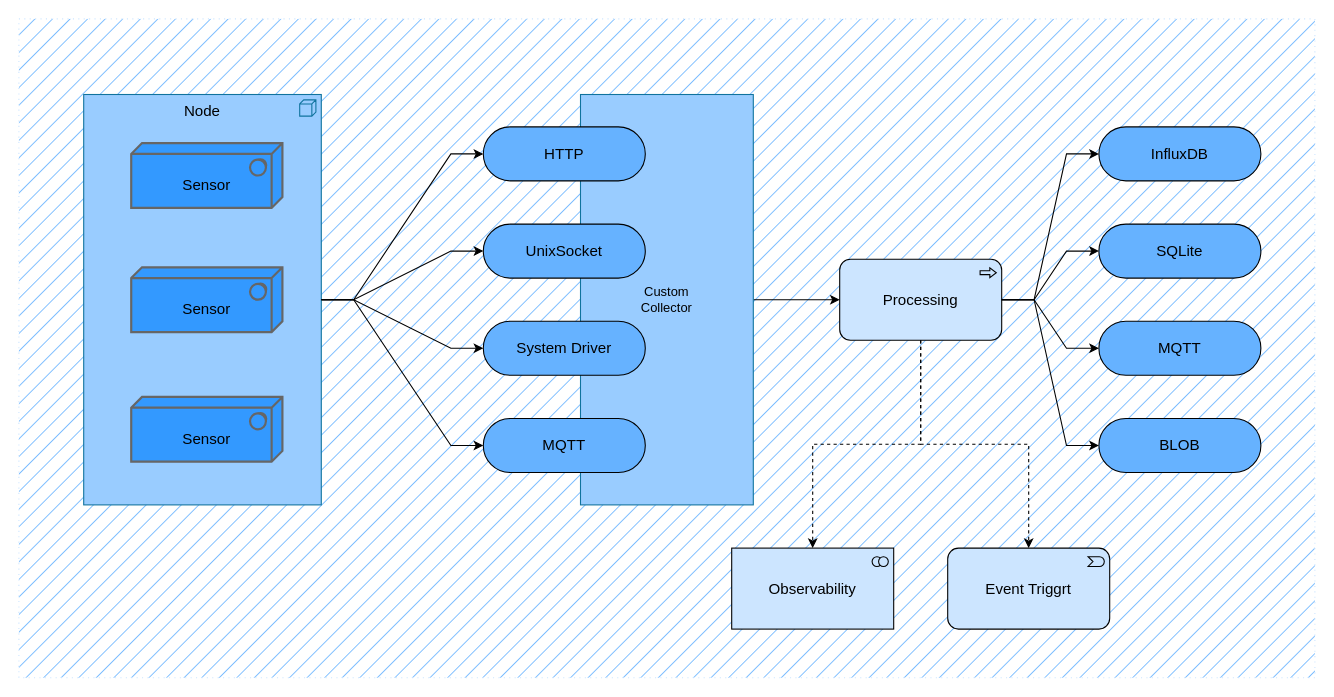
Above: material/project_struct.drawio in KiraraLab/SnowbankCP (draw.io), before the change. Source tidied: cells renumbered, new cells numbered last; positions are measured from the earlier drawing's top-left corner, leaving out a move shared by most shapes. Both pictures are drawn from the tidied source at 108%, with x=0, y=0 at pixel (18, 18).
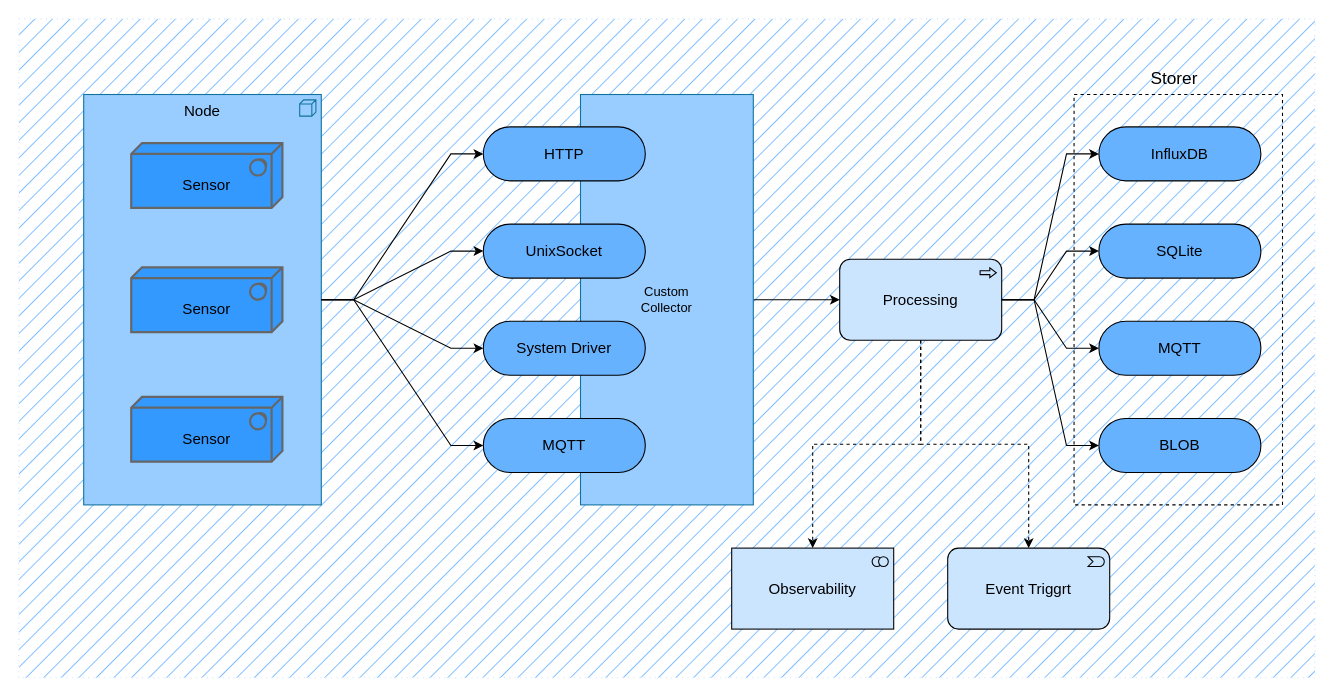
After the change.

The edit, as a diff of the source:
```diff
@@
+    <mxCell id="30" style="rounded=0;whiteSpace=wrap;html=1;dashed=1;fillColor=none;" parent="1" vertex="1">
+      <mxGeometry x="977" y="70" width="193" height="380" as="geometry" />
+    </mxCell>
@@
+    <mxCell id="31" value="Storer" style="text;html=1;align=center;verticalAlign=middle;whiteSpace=wrap;rounded=0;fontSize=16;" parent="1" vertex="1">
+      <mxGeometry x="1040" y="40" width="60" height="30" as="geometry" />
+    </mxCell>
```
